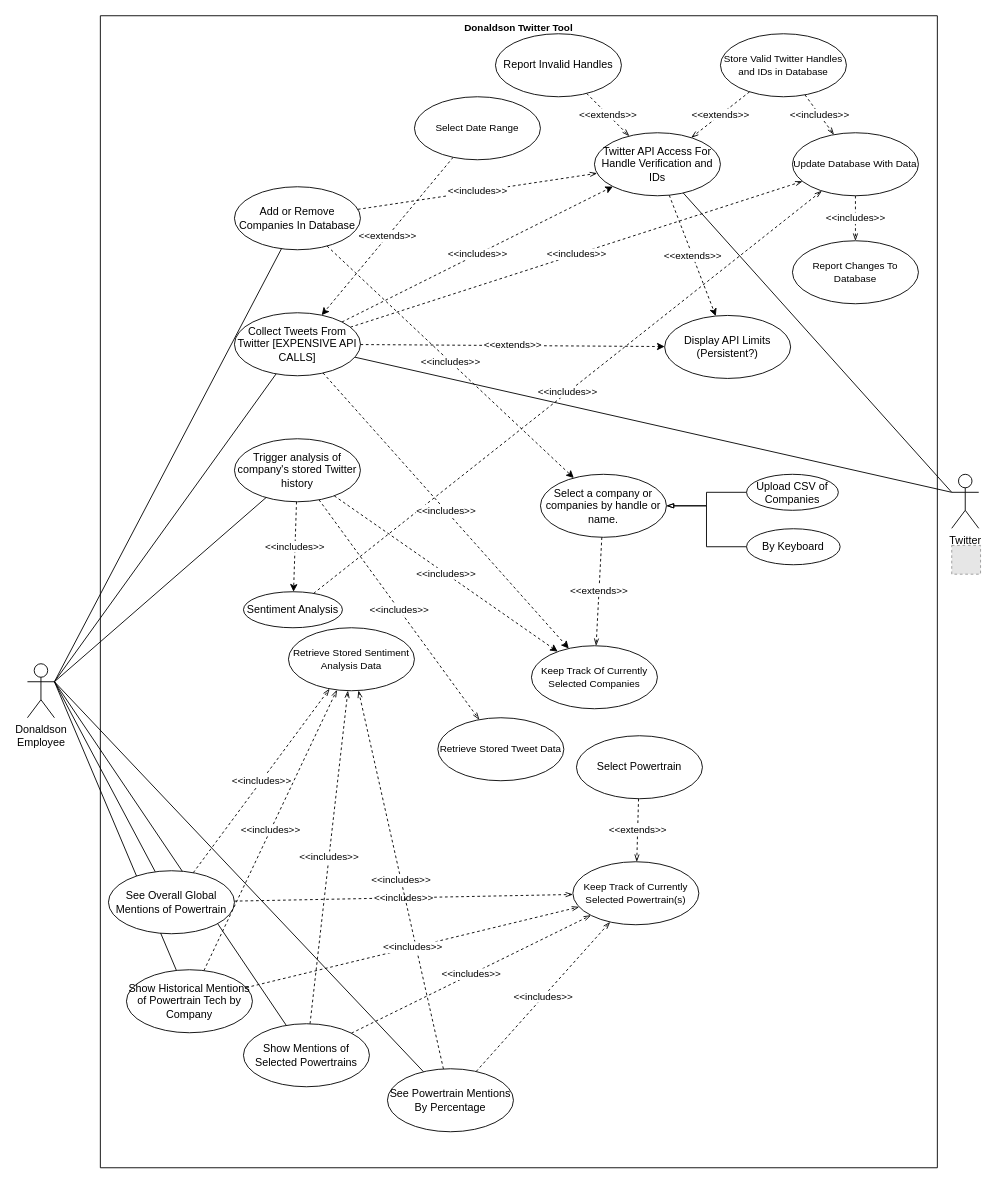
The draw.io diagram uml/useCaseModel3.drawio in agarcia169/4306-Donaldson-Project, before the edit. Source tidied: cells renumbered, new cells numbered last; positions are measured from the earlier drawing's top-left corner, leaving out a move shared by most shapes. Both pictures are drawn from the tidied source at 90%, with x=0, y=0 at pixel (27, 15). Pictures stored in the file or linked from it are replaced by grey dashed boxes.
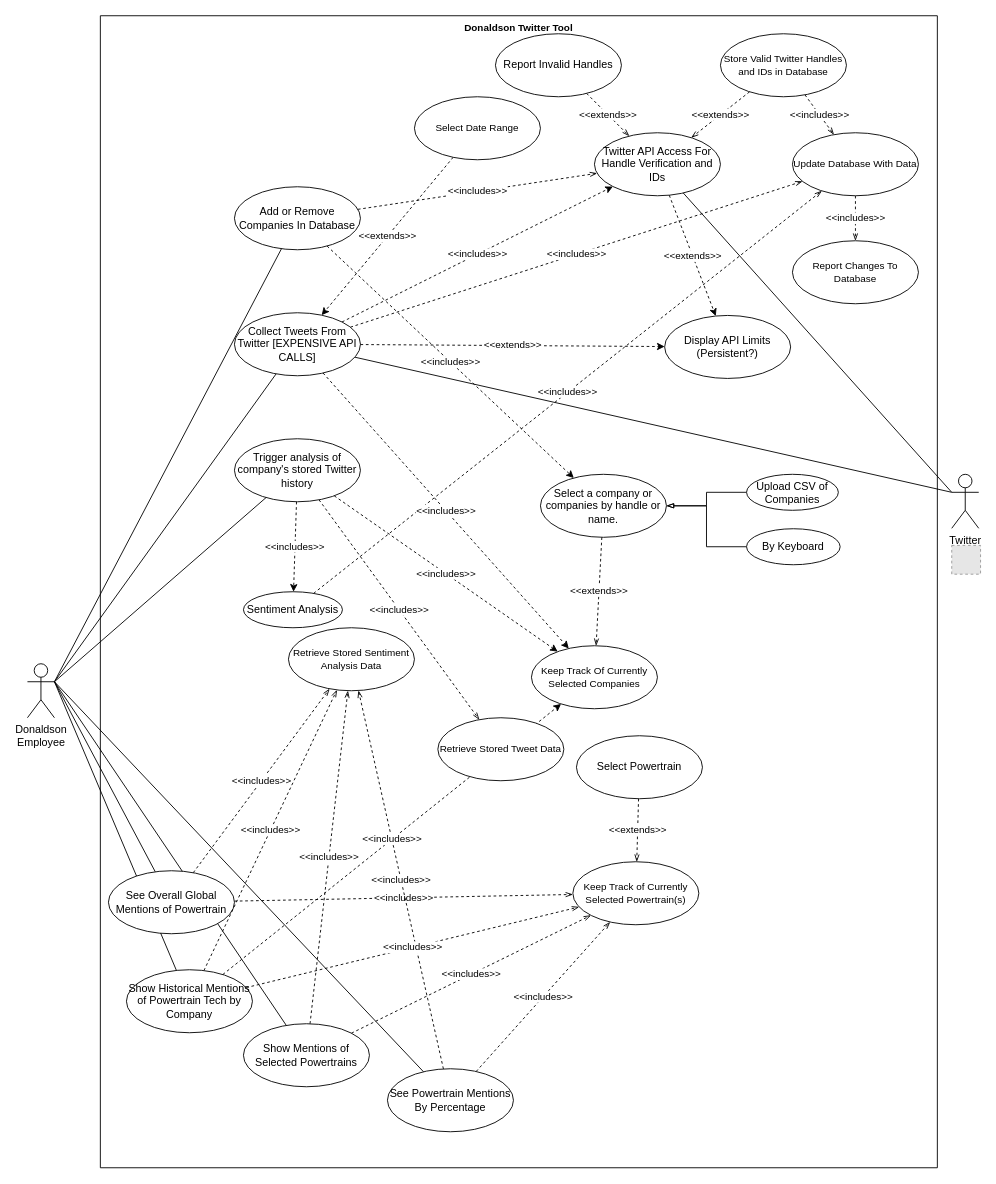
After the change.

The change refers to these unchanged cells:
```xml
<mxCell id="51" value="Show Historical Mentions of Powertrain Tech by Company" style="ellipse;whiteSpace=wrap;html=1;" parent="1" vertex="1">
  <mxGeometry x="110" y="1060" width="140" height="70" as="geometry" />
</mxCell>
<mxCell id="59" value="Keep Track Of Currently Selected Companies" style="ellipse;whiteSpace=wrap;html=1;fontSize=11;" parent="1" vertex="1">
  <mxGeometry x="560" y="700" width="140" height="70" as="geometry" />
</mxCell>
```

Change to the diagram source:
```diff
@@
+    <mxCell id="66" value="&amp;lt;&amp;lt;includes&amp;gt;&amp;gt;" style="rounded=0;jettySize=auto;html=1;dashed=1;" parent="1" edge="1" source="51" target="59">
+      <mxGeometry relative="1" as="geometry" />
+    </mxCell>
```
